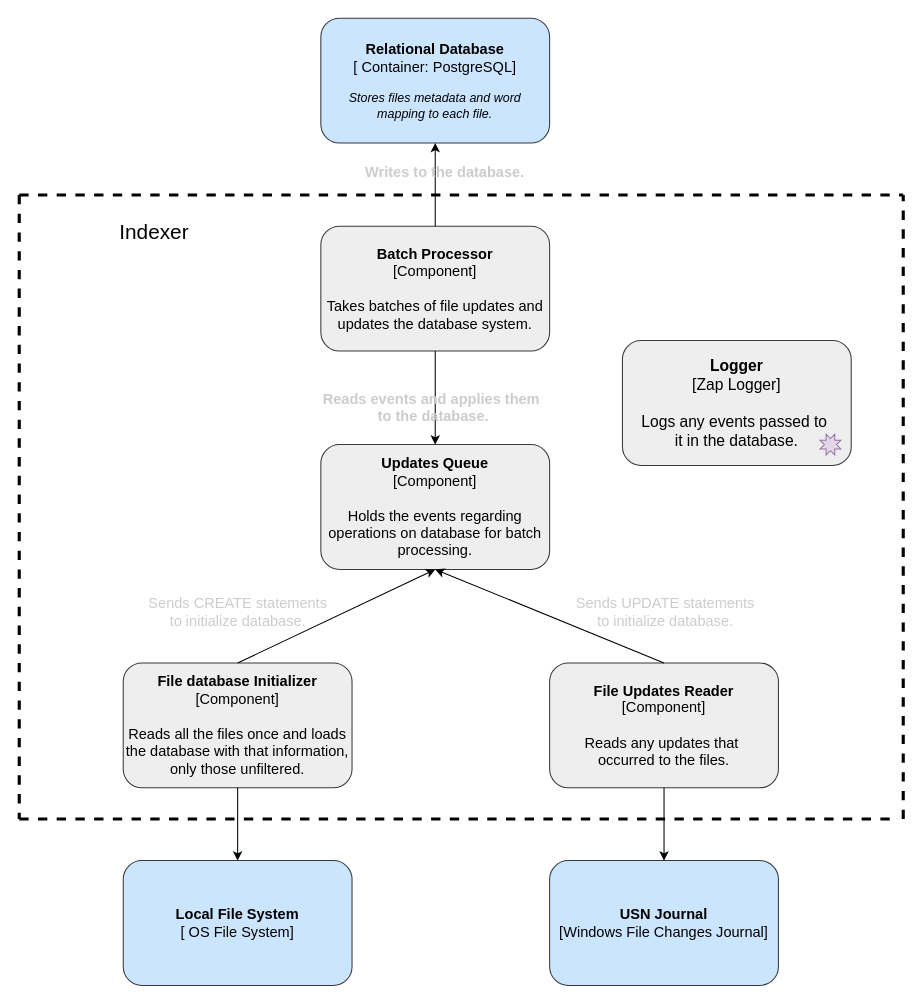
Above: docs/indexer.drawio in Raul072103/Search-Engine-File-System (draw.io), before the change. Source tidied: cells renumbered, new cells numbered last; positions are measured from the earlier drawing's top-left corner, leaving out a move shared by most shapes. Both pictures are drawn from the tidied source at 104%, with x=0, y=0 at pixel (19, 18).
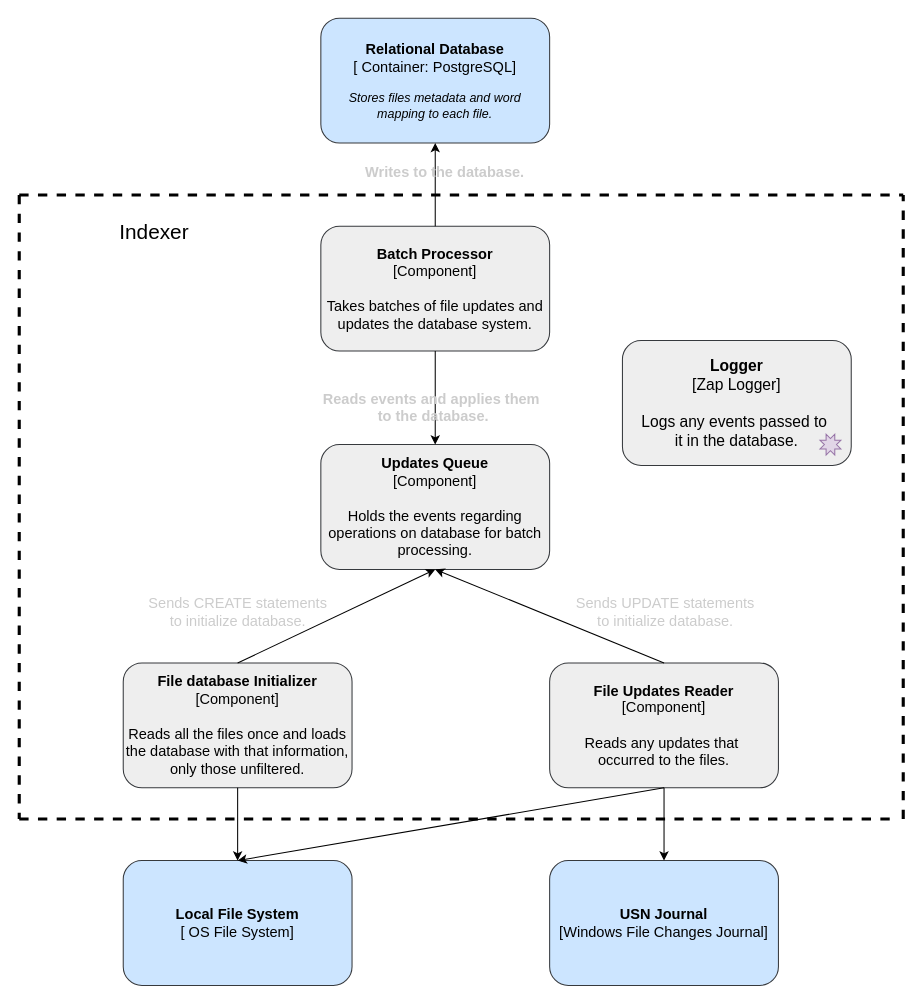
After the change.

Unchanged cells that the change refers to:
```xml
<mxCell id="8" value="&lt;span style=&quot;font-size: 14px; background-color: initial;&quot;&gt;&lt;b&gt;File Updates Reader&lt;br&gt;&lt;/b&gt;[Component]&lt;br&gt;&lt;br&gt;Reads any updates that&amp;nbsp;&lt;br&gt;occurred to the files.&lt;br&gt;&lt;/span&gt;" style="rounded=1;whiteSpace=wrap;html=1;fillColor=#eeeeee;strokeColor=#36393d;" parent="1" vertex="1">
  <mxGeometry x="510" y="620" width="220" height="120" as="geometry" />
</mxCell>
```

The edit, as a diff of the source:
```diff
@@
+    <mxCell id="26" style="endArrow=classic;html=1;rounded=0;exitX=0.5;exitY=1;exitDx=0;exitDy=0;" parent="1" edge="1" source="8">
+      <mxGeometry relative="1" as="geometry">
+        <mxPoint x="210" y="810" as="targetPoint" />
+      </mxGeometry>
+    </mxCell>
```
